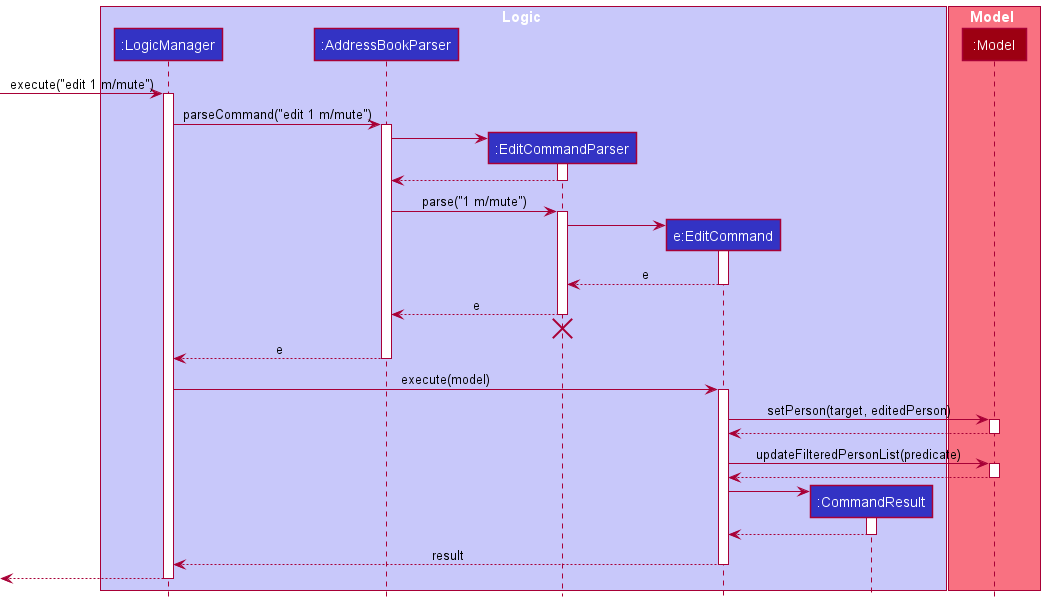
This is docs/images/EditMemoSequenceDiagram.png from tandeshao/tp, a PlantUML export, as it was before one commit.
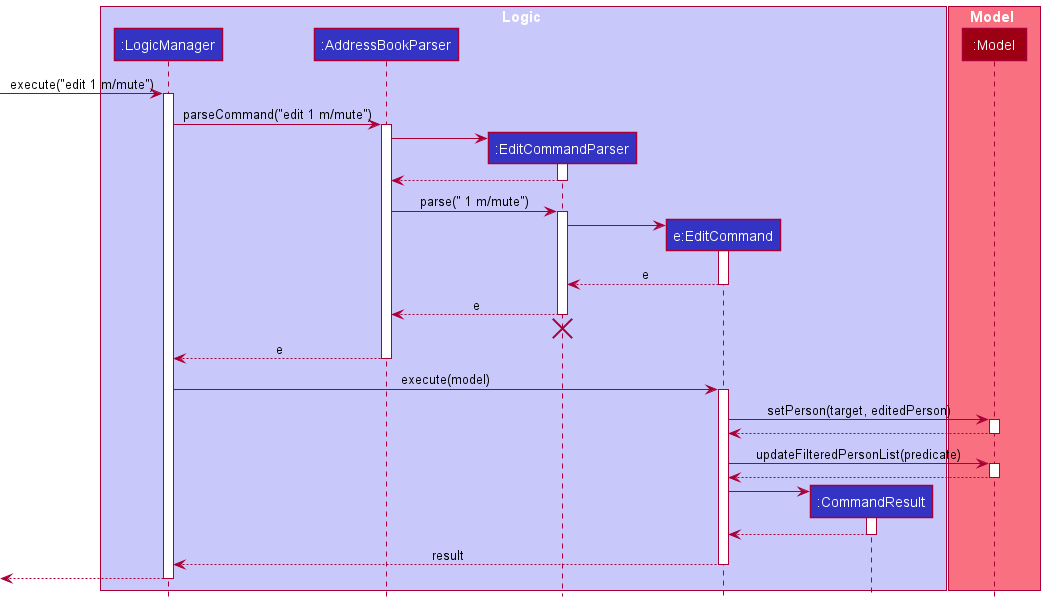
Later version of the same file.

Commit message:
Update sequence diagrams

Change to the diagram source:
```diff
@@ -26,7 +26,7 @@
 EditCommandParser --> AddressBookParser
 deactivate EditCommandParser
 
-AddressBookParser -> EditCommandParser : parse("1 m/mute")
+AddressBookParser -> EditCommandParser : parse(" 1 m/mute")
 activate EditCommandParser
 
 create EditCommand
```
